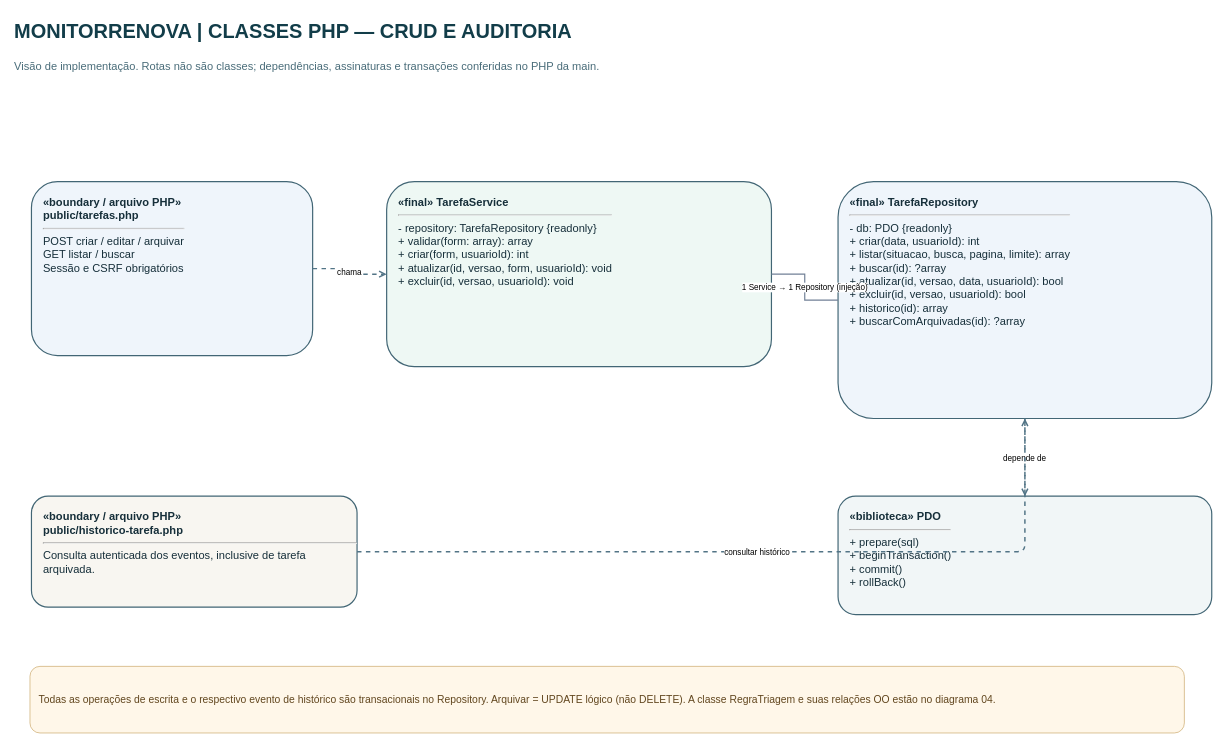
This is page "03 - Classes PHP tarefas" (3 of 9) of diagramas-corrigidos-editaveis/00-MONITORRENOVA-DIAGRAMAS-ROTEIROS-CORRIGIDOS.drawio from brunorobertocataneo/Monitorrenova, a draw.io file, before an edit. Source tidied: cells renumbered, new cells numbered last; positions are measured from the earlier drawing's top-left corner, leaving out a move shared by most shapes. Both pictures are drawn from the tidied source at 74%, with x=0, y=0 at pixel (13, 13).
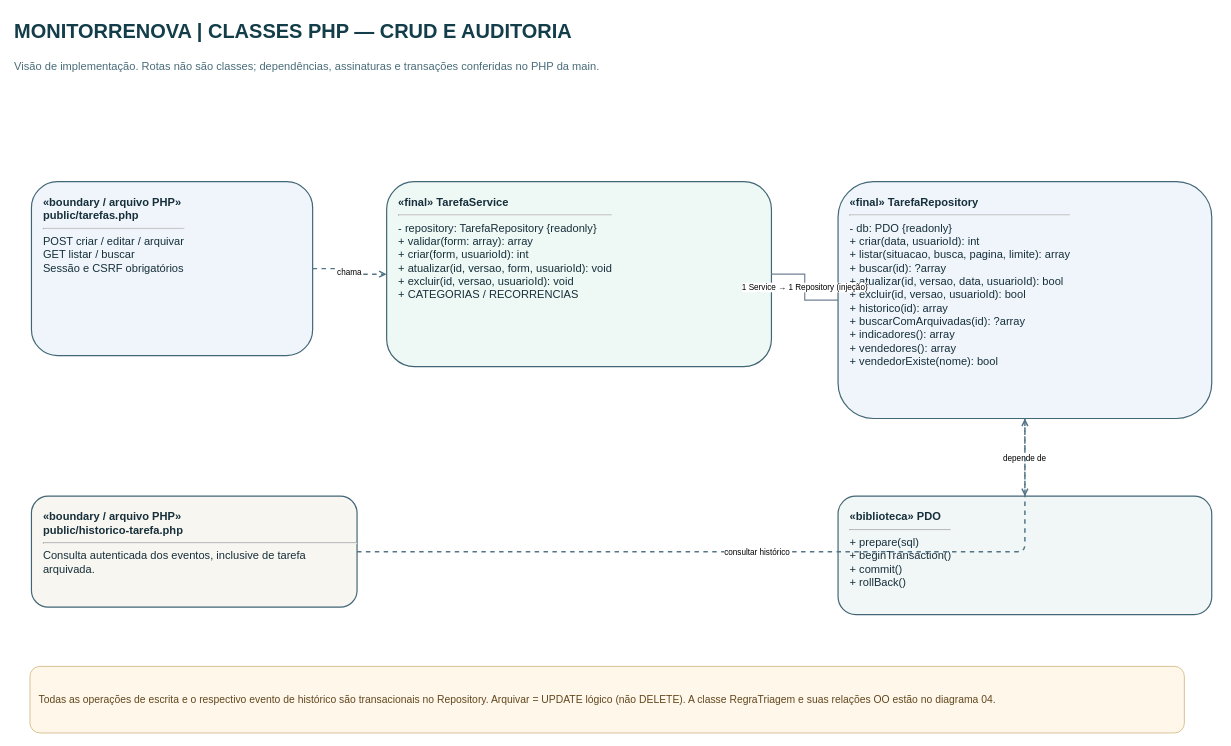
The same page after the edit.

What changed in the source:
```diff
@@
 <mxGraphModel>
   <root>
     <mxCell id="0" />
     <mxCell id="1" parent="0" />
     <mxCell id="2" value="MONITORRENOVA  |  CLASSES PHP — CRUD E AUDITORIA" style="text;html=1;align=left;verticalAlign=middle;fontSize=27;fontStyle=1;fontColor=#123D49;strokeColor=none;fillColor=none;whiteSpace=wrap;" parent="1" vertex="1">
       <mxGeometry width="1630" height="52" as="geometry" />
     </mxCell>
     <mxCell id="3" value="Visão de implementação. Rotas não são classes; dependências, assinaturas e transações conferidas no PHP da main." style="text;html=1;align=left;verticalAlign=top;fontSize=15;fontColor=#496C79;strokeColor=none;fillColor=none;whiteSpace=wrap;" parent="1" vertex="1">
       <mxGeometry y="56" width="1630" height="52" as="geometry" />
     </mxCell>
     <mxCell id="4" value="&lt;b&gt;«boundary / arquivo PHP»&lt;br/&gt;public/tarefas.php&lt;/b&gt;&lt;hr/&gt;POST criar / editar / arquivar&lt;br/&gt;GET listar / buscar&lt;br/&gt;Sessão e CSRF obrigatórios" style="rounded=1;whiteSpace=wrap;html=1;fillColor=#EFF5FB;strokeColor=#426675;strokeWidth=1.6;align=left;verticalAlign=top;spacingTop=12;spacingLeft=14;fontSize=15;fontColor=#162F3A;" parent="1" vertex="1">
       <mxGeometry x="25" y="228" width="380" height="235" as="geometry" />
     </mxCell>
-    <mxCell id="5" value="&lt;b&gt;«final» TarefaService&lt;/b&gt;&lt;hr/&gt;- repository: TarefaRepository {readonly}&lt;br/&gt;+ validar(form: array): array&lt;br/&gt;+ criar(form, usuarioId): int&lt;br/&gt;+ atualizar(id, versao, form, usuarioId): void&lt;br/&gt;+ excluir(id, versao, usuarioId): void" style="rounded=1;whiteSpace=wrap;html=1;fillColor=#EEF8F4;strokeColor=#426675;strokeWidth=1.6;align=left;verticalAlign=top;spacingTop=12;spacingLeft=14;fontSize=15;fontColor=#162F3A;" parent="1" vertex="1">
+    <mxCell id="5" value="&lt;b&gt;«final» TarefaService&lt;/b&gt;&lt;hr/&gt;- repository: TarefaRepository {readonly}&lt;br/&gt;+ validar(form: array): array&lt;br/&gt;+ criar(form, usuarioId): int&lt;br/&gt;+ atualizar(id, versao, form, usuarioId): void&lt;br/&gt;+ excluir(id, versao, usuarioId): void&lt;br/&gt;+ CATEGORIAS / RECORRENCIAS" style="rounded=1;whiteSpace=wrap;html=1;fillColor=#EEF8F4;strokeColor=#426675;strokeWidth=1.6;align=left;verticalAlign=top;spacingTop=12;spacingLeft=14;fontSize=15;fontColor=#162F3A;" parent="1" vertex="1">
       <mxGeometry x="505" y="228" width="520" height="250" as="geometry" />
     </mxCell>
-    <mxCell id="6" value="&lt;b&gt;«final» TarefaRepository&lt;/b&gt;&lt;hr/&gt;- db: PDO {readonly}&lt;br/&gt;+ criar(data, usuarioId): int&lt;br/&gt;+ listar(situacao, busca, pagina, limite): array&lt;br/&gt;+ buscar(id): ?array&lt;br/&gt;+ atualizar(id, versao, data, usuarioId): bool&lt;br/&gt;+ excluir(id, versao, usuarioId): bool&lt;br/&gt;+ historico(id): array&lt;br/&gt;+ buscarComArquivadas(id): ?array" style="rounded=1;whiteSpace=wrap;html=1;fillColor=#EFF5FB;strokeColor=#426675;strokeWidth=1.6;align=left;verticalAlign=top;spacingTop=12;spacingLeft=14;fontSize=15;fontColor=#162F3A;" parent="1" vertex="1">
+    <mxCell id="6" value="&lt;b&gt;«final» TarefaRepository&lt;/b&gt;&lt;hr/&gt;- db: PDO {readonly}&lt;br/&gt;+ criar(data, usuarioId): int&lt;br/&gt;+ listar(situacao, busca, pagina, limite): array&lt;br/&gt;+ buscar(id): ?array&lt;br/&gt;+ atualizar(id, versao, data, usuarioId): bool&lt;br/&gt;+ excluir(id, versao, usuarioId): bool&lt;br/&gt;+ historico(id): array&lt;br/&gt;+ buscarComArquivadas(id): ?array&lt;br/&gt;+ indicadores(): array&lt;br/&gt;+ vendedores(): array&lt;br/&gt;+ vendedorExiste(nome): bool" style="rounded=1;whiteSpace=wrap;html=1;fillColor=#EFF5FB;strokeColor=#426675;strokeWidth=1.6;align=left;verticalAlign=top;spacingTop=12;spacingLeft=14;fontSize=15;fontColor=#162F3A;" parent="1" vertex="1">
       <mxGeometry x="1115" y="228" width="505" height="320" as="geometry" />
     </mxCell>
     <mxCell id="7" value="&lt;b&gt;«biblioteca» PDO&lt;/b&gt;&lt;hr/&gt;+ prepare(sql)&lt;br/&gt;+ beginTransaction()&lt;br/&gt;+ commit()&lt;br/&gt;+ rollBack()" style="rounded=1;whiteSpace=wrap;html=1;fillColor=#F1F6F7;strokeColor=#426675;strokeWidth=1.6;align=left;verticalAlign=top;spacingTop=12;spacingLeft=14;fontSize=15;fontColor=#162F3A;" parent="1" vertex="1">
       <mxGeometry x="1115" y="653" width="505" height="160" as="geometry" />
     </mxCell>
     <mxCell id="8" value="&lt;b&gt;«boundary / arquivo PHP»&lt;br/&gt;public/historico-tarefa.php&lt;/b&gt;&lt;hr/&gt;Consulta autenticada dos eventos, inclusive de tarefa arquivada." style="rounded=1;whiteSpace=wrap;html=1;fillColor=#F8F6F1;strokeColor=#426675;strokeWidth=1.6;align=left;verticalAlign=top;spacingTop=12;spacingLeft=14;fontSize=15;fontColor=#162F3A;" parent="1" vertex="1">
       <mxGeometry x="25" y="653" width="440" height="150" as="geometry" />
     </mxCell>
     <mxCell id="9" value="chama" style="endArrow=open;endFill=0;dashed=1;strokeColor=#527486;strokeWidth=2;edgeStyle=orthogonalEdgeStyle;" parent="1" edge="1" source="4" target="5">
       <mxGeometry relative="1" as="geometry" />
     </mxCell>
     <mxCell id="10" value="1 Service → 1 Repository (injeção)" style="endArrow=none;html=1;strokeColor=#718096;strokeWidth=1.6;rounded=0;edgeStyle=orthogonalEdgeStyle;" parent="1" edge="1" source="5" target="6">
       <mxGeometry relative="1" as="geometry" />
     </mxCell>
     <mxCell id="11" value="depende de" style="endArrow=open;endFill=0;dashed=1;strokeColor=#527486;strokeWidth=2;edgeStyle=orthogonalEdgeStyle;" parent="1" edge="1" source="6" target="7">
       <mxGeometry relative="1" as="geometry" />
     </mxCell>
     <mxCell id="12" value="consultar histórico" style="endArrow=open;endFill=0;dashed=1;strokeColor=#527486;strokeWidth=2;edgeStyle=orthogonalEdgeStyle;" parent="1" edge="1" source="8" target="6">
       <mxGeometry relative="1" as="geometry" />
     </mxCell>
     <mxCell id="13" value="Todas as operações de escrita e o respectivo evento de histórico são transacionais no Repository. Arquivar = UPDATE lógico (não DELETE). A classe RegraTriagem e suas relações OO estão no diagrama 04." style="rounded=1;whiteSpace=wrap;html=1;fillColor=#FFF7E9;strokeColor=#CEAE74;fontColor=#62471F;align=left;verticalAlign=middle;spacing=12;fontSize=14;" parent="1" vertex="1">
       <mxGeometry x="23" y="883" width="1560" height="90" as="geometry" />
     </mxCell>
   </root>
 </mxGraphModel>
```
